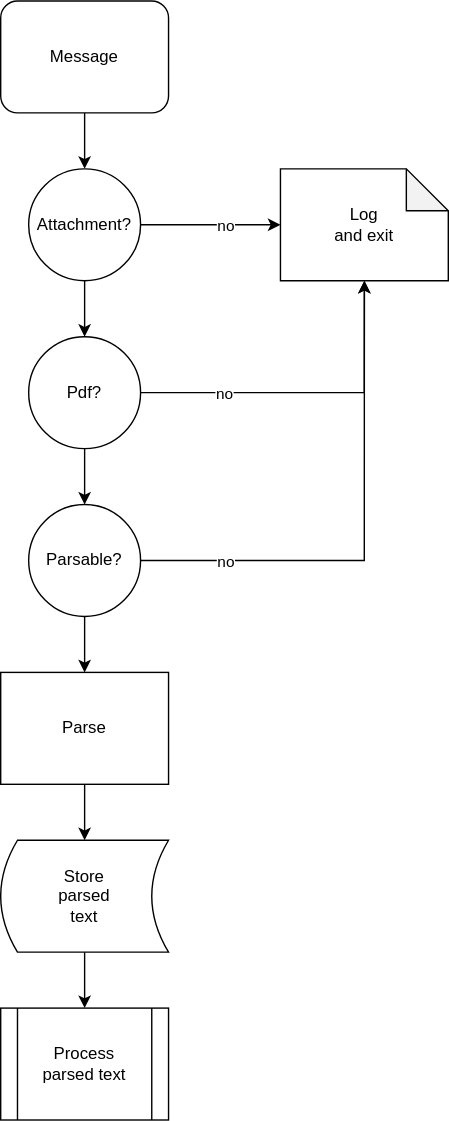
This is static/process_message.svg from uu-asc/bbc-forwarder, a draw.io export, as it was before one commit. Source tidied: cells renumbered, new cells last; positions are measured from the earlier drawing's top-left corner, leaving out a move shared by most shapes.
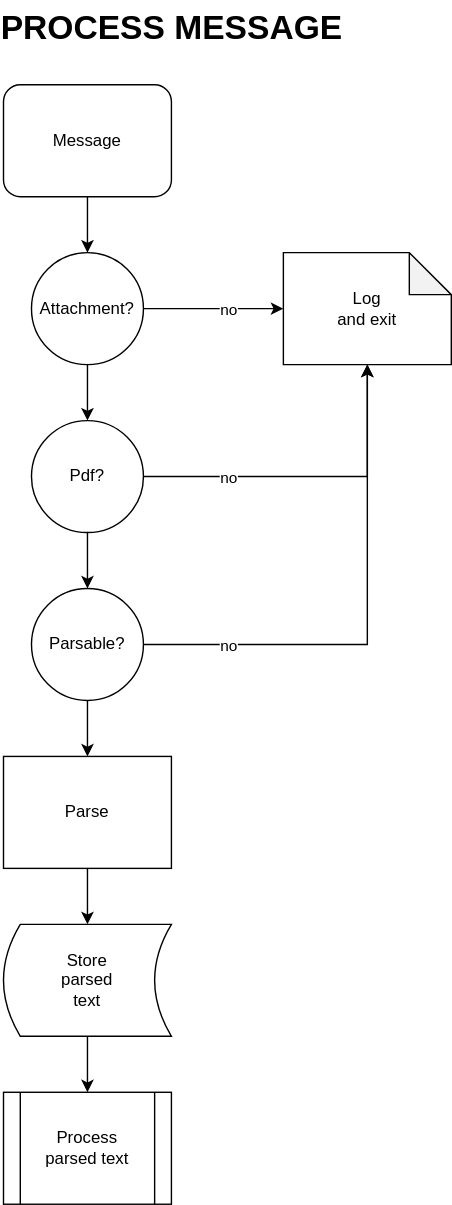
After the change.

Change to the diagram source:
```diff
@@ -68,5 +68,8 @@
     <mxCell id="21" value="&lt;span&gt;Store&lt;/span&gt;&lt;br&gt;&lt;span&gt;parsed&lt;/span&gt;&lt;br&gt;&lt;span&gt;text&lt;/span&gt;" style="shape=dataStorage;whiteSpace=wrap;html=1;" parent="1" vertex="1">
       <mxGeometry y="600" width="120" height="80" as="geometry" />
     </mxCell>
+    <mxCell id="22" value="PROCESS MESSAGE" style="text;strokeColor=none;fillColor=none;html=1;fontSize=24;fontStyle=1;verticalAlign=middle;align=center;" parent="1" vertex="1">
+      <mxGeometry x="70" y="-60" width="100" height="40" as="geometry" />
+    </mxCell>
   </root>
 </mxGraphModel>
```
